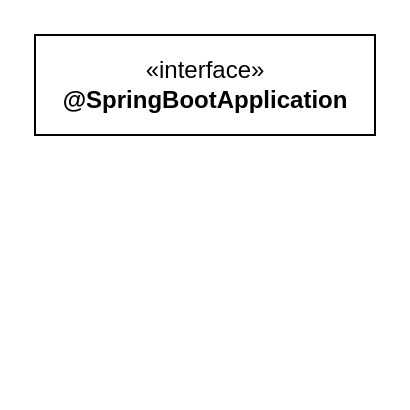
tadsimons/draw keeps this draw.io diagram as page "autoconfigure" (2 of 7) of spring/spring-boot.drawio. Above is the earlier version. Source tidied: cells renumbered, new cells numbered last; positions are measured from the earlier drawing's top-left corner, leaving out a move shared by most shapes. Both pictures are drawn from the tidied source at 200%, with x=0, y=0 at pixel (34, 34).
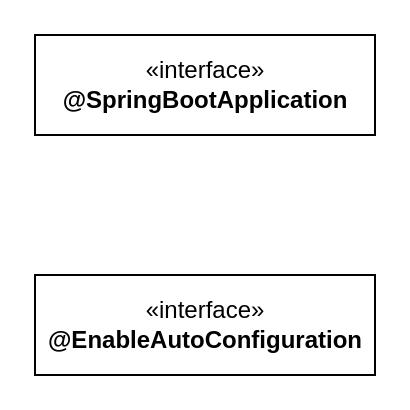
After the change.

The edit, as a diff of the source:
```diff
@@
 <mxGraphModel>
   <root>
     <mxCell id="0" />
     <mxCell id="1" parent="0" />
     <mxCell id="2" value="«interface»&lt;br&gt;&lt;b&gt;@SpringBootApplication&lt;/b&gt;" style="html=1;" parent="1" vertex="1">
       <mxGeometry width="170" height="50" as="geometry" />
     </mxCell>
+    <mxCell id="3" value="«interface»&lt;br&gt;&lt;b&gt;@EnableAutoConfiguration&lt;/b&gt;" style="html=1;fillColor=#FFFFFF;" parent="1" vertex="1">
+      <mxGeometry y="120" width="170" height="50" as="geometry" />
+    </mxCell>
   </root>
 </mxGraphModel>
```
